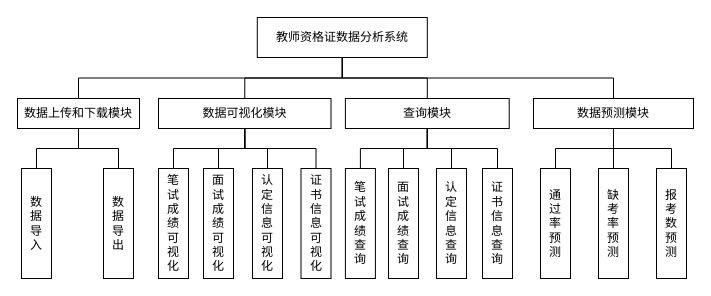
Above: resouces/毕设系统流程.drawio in coderyjc/certificate_analysis (draw.io), before the change. Source tidied: cells renumbered, new cells numbered last; positions are measured from the earlier drawing's top-left corner, leaving out a move shared by most shapes. Both pictures are drawn from the tidied source at 100%, with x=0, y=0 at pixel (17, 17).
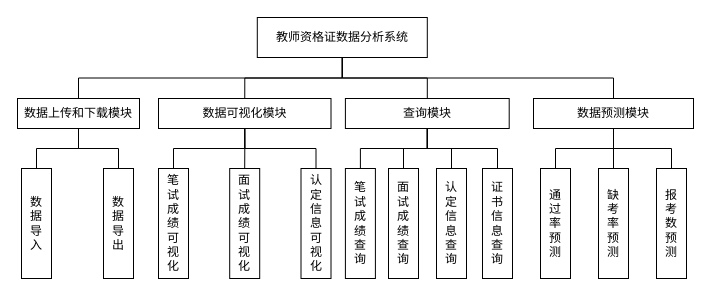
Above is the later version.

The change refers to these unchanged cells:
```xml
<mxCell id="11" value="数据可视化模块" style="whiteSpace=wrap;html=1;" parent="1" vertex="1">
  <mxGeometry x="141" y="81" width="172.5" height="30" as="geometry" />
</mxCell>
```

Diff of the diagram source:
```diff
@@
-    <mxCell id="10" style="edgeStyle=orthogonalEdgeStyle;rounded=0;jettySize=auto;html=1;exitX=0.5;exitY=1;exitDx=0;exitDy=0;entryX=0.5;entryY=0;entryDx=0;entryDy=0;endArrow=none;endFill=0;" parent="1" edge="1" source="11" target="28">
-      <mxGeometry relative="1" as="geometry" />
-    </mxCell>
@@
     <mxCell id="25" value="认&lt;br&gt;定&lt;br&gt;信&lt;br&gt;息&lt;br&gt;可&lt;br&gt;视&lt;br&gt;化" style="whiteSpace=wrap;html=1;" parent="1" vertex="1">
-      <mxGeometry x="235" y="151" width="30" height="110" as="geometry" />
+      <mxGeometry x="283.5" y="151" width="30" height="110" as="geometry" />
     </mxCell>
@@
     <mxCell id="27" value="面&lt;br&gt;试&lt;br&gt;成&lt;br&gt;绩&lt;br&gt;可&lt;br&gt;视&lt;br&gt;化" style="whiteSpace=wrap;html=1;" parent="1" vertex="1">
-      <mxGeometry x="186" y="151" width="30" height="110" as="geometry" />
+      <mxGeometry x="212.2" y="151" width="30" height="110" as="geometry" />
     </mxCell>
-    <mxCell id="28" value="证&lt;br&gt;书&lt;br&gt;信&lt;br&gt;息&lt;br&gt;可&lt;br&gt;视&lt;br&gt;化" style="whiteSpace=wrap;html=1;" parent="1" vertex="1">
-      <mxGeometry x="283.5" y="151" width="30" height="110" as="geometry" />
-    </mxCell>
```
